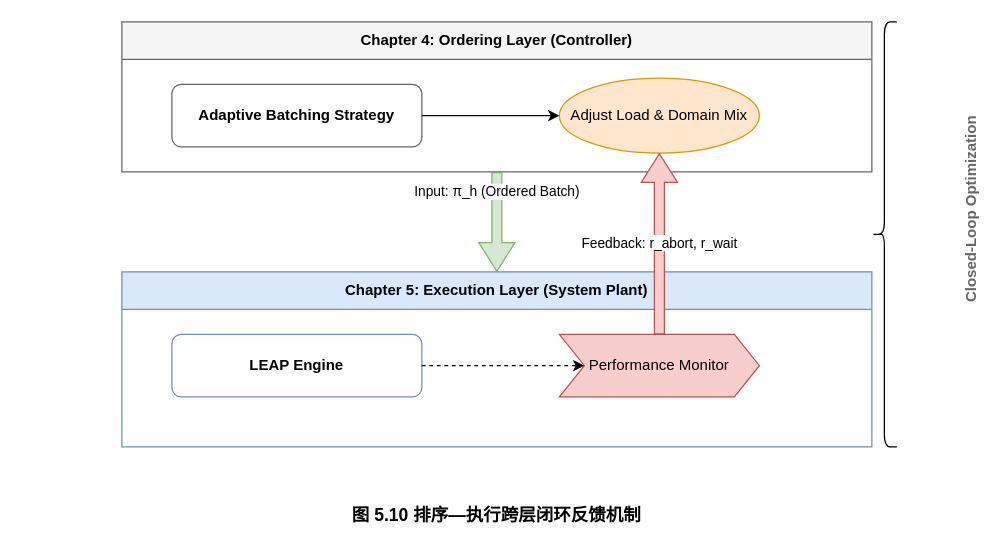
cynic-1/Graphs keeps this draw.io diagram as page "5.10 排序-执行跨层闭环反馈" (4 of 6) of 4-x.drawio. Above is the earlier version. Source tidied: cells renumbered, new cells numbered last; positions are measured from the earlier drawing's top-left corner, leaving out a move shared by most shapes. Both pictures are drawn from the tidied source at 125%, with x=0, y=0 at pixel (21, 21).
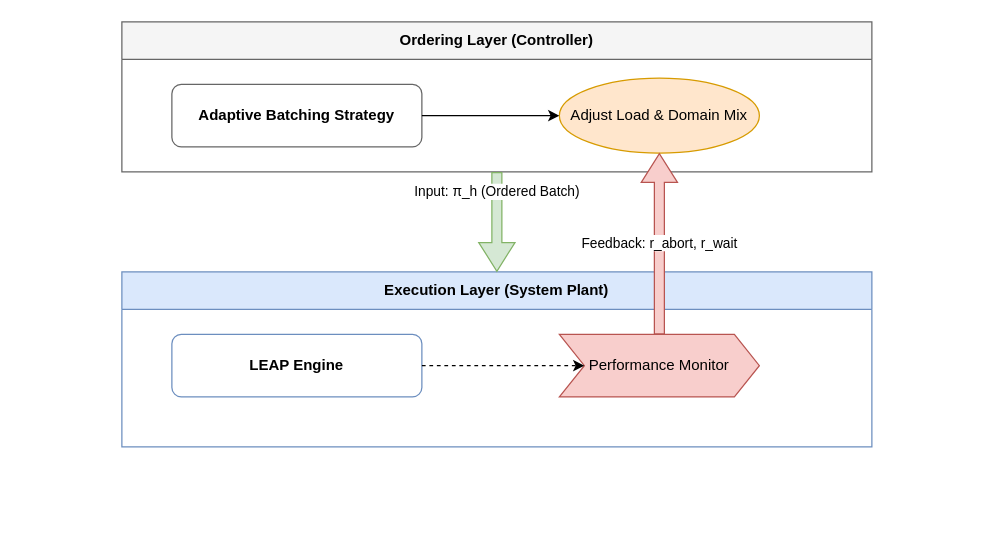
Above is the later version.

Diff of the diagram source:
```diff
@@
 <mxGraphModel>
   <root>
     <mxCell id="0" />
     <mxCell id="1" parent="0" />
-    <mxCell id="2" value="图 5.10 排序—执行跨层闭环反馈机制" style="text;html=1;strokeColor=none;fillColor=none;align=center;verticalAlign=middle;whiteSpace=wrap;rounded=0;fontStyle=1;fontSize=14;" parent="1" vertex="1">
-      <mxGeometry y="380" width="760" height="30" as="geometry" />
-    </mxCell>
-    <mxCell id="3" value="Chapter 4: Ordering Layer (Controller)" style="swimlane;horizontal=1;whiteSpace=wrap;html=1;fillColor=#f5f5f5;strokeColor=#666666;startSize=30;" parent="1" vertex="1">
+    <mxCell id="3" value="Ordering Layer (Controller)" style="swimlane;horizontal=1;whiteSpace=wrap;html=1;fillColor=#f5f5f5;strokeColor=#666666;startSize=30;" parent="1" vertex="1">
       <mxGeometry x="80" width="600" height="120" as="geometry" />
     </mxCell>
     <mxCell id="4" value="Adaptive Batching Strategy" style="rounded=1;whiteSpace=wrap;html=1;fillColor=#ffffff;strokeColor=#666666;fontStyle=1;" parent="3" vertex="1">
       <mxGeometry x="40" y="50" width="200" height="50" as="geometry" />
     </mxCell>
     <mxCell id="5" value="Adjust Load &amp; Domain Mix" style="ellipse;whiteSpace=wrap;html=1;fillColor=#ffe6cc;strokeColor=#d79b00;" parent="3" vertex="1">
       <mxGeometry x="350" y="45" width="160" height="60" as="geometry" />
     </mxCell>
     <mxCell id="6" style="edgeStyle=orthogonalEdgeStyle;rounded=0;jettySize=auto;html=1;" parent="3" edge="1" source="4" target="5">
       <mxGeometry relative="1" as="geometry" />
     </mxCell>
-    <mxCell id="7" value="Chapter 5: Execution Layer (System Plant)" style="swimlane;horizontal=1;whiteSpace=wrap;html=1;fillColor=#dae8fc;strokeColor=#6c8ebf;startSize=30;" parent="1" vertex="1">
+    <mxCell id="7" value="Execution Layer (System Plant)" style="swimlane;horizontal=1;whiteSpace=wrap;html=1;fillColor=#dae8fc;strokeColor=#6c8ebf;startSize=30;" parent="1" vertex="1">
       <mxGeometry x="80" y="200" width="600" height="140" as="geometry" />
     </mxCell>
     <mxCell id="8" value="LEAP Engine" style="rounded=1;whiteSpace=wrap;html=1;fillColor=#ffffff;strokeColor=#6c8ebf;fontStyle=1;" parent="7" vertex="1">
       <mxGeometry x="40" y="50" width="200" height="50" as="geometry" />
     </mxCell>
     <mxCell id="9" value="Performance Monitor" style="shape=step;perimeter=stepPerimeter;whiteSpace=wrap;html=1;fixedSize=1;fillColor=#f8cecc;strokeColor=#b85450;" parent="7" vertex="1">
       <mxGeometry x="350" y="50" width="160" height="50" as="geometry" />
     </mxCell>
     <mxCell id="10" style="edgeStyle=orthogonalEdgeStyle;rounded=0;jettySize=auto;html=1;dashed=1;" parent="7" edge="1" source="8" target="9">
       <mxGeometry relative="1" as="geometry" />
     </mxCell>
     <mxCell id="11" value="Input: π_h (Ordered Batch)" style="shape=flexArrow;endArrow=classic;html=1;rounded=0;fillColor=#d5e8d4;strokeColor=#82b366;width=8;endSize=7.33;" parent="1" edge="1" source="3" target="7">
       <mxGeometry x="-0.6" relative="1" as="geometry" />
     </mxCell>
     <mxCell id="12" value="Feedback: r_abort, r_wait" style="shape=flexArrow;endArrow=classic;html=1;rounded=0;fillColor=#f8cecc;strokeColor=#b85450;width=8;endSize=7.33;" parent="1" edge="1" source="9" target="5">
       <mxGeometry relative="1" as="geometry" />
     </mxCell>
-    <mxCell id="13" value="Closed-Loop Optimization" style="text;html=1;strokeColor=none;fillColor=none;align=center;verticalAlign=middle;whiteSpace=wrap;rounded=0;rotation=-90;fontStyle=1;fontColor=#666666;" parent="1" vertex="1">
-      <mxGeometry x="680" y="140" width="160" height="20" as="geometry" />
-    </mxCell>
-    <mxCell id="14" style="shape=curlyBracket;whiteSpace=wrap;html=1;rounded=1;labelPosition=left;verticalLabelPosition=middle;align=right;verticalAlign=middle;size=0.5;" parent="1" vertex="1">
-      <mxGeometry x="680" width="20" height="340" as="geometry" />
-    </mxCell>
   </root>
 </mxGraphModel>
```
